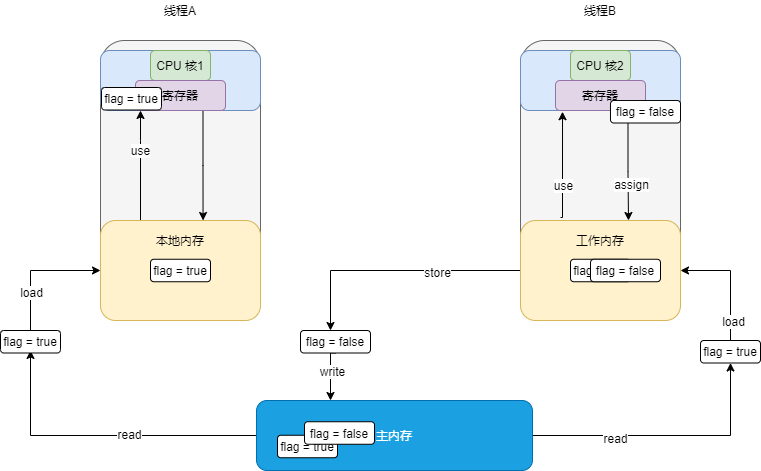
This is 多线程与高并发/JMM.png from LePeitiPrince/note-picture, a draw.io export, as it was before one commit. Source tidied: cells renumbered, new cells last; positions are measured from the earlier drawing's top-left corner, leaving out a move shared by most shapes.
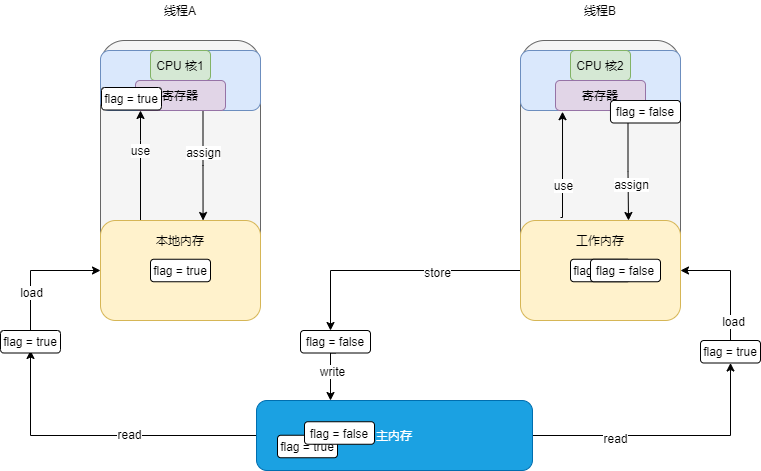
Above is the later version.

What changed in the source:
```diff
@@ -23,6 +23,9 @@
     <mxCell id="8" style="edgeStyle=orthogonalEdgeStyle;rounded=0;jettySize=auto;html=1;exitX=0.75;exitY=1;exitDx=0;exitDy=0;entryX=0.641;entryY=0;entryDx=0;entryDy=0;entryPerimeter=0;" parent="1" edge="1" source="9" target="12">
       <mxGeometry relative="1" as="geometry" />
     </mxCell>
+    <mxCell id="46" value="assign" style="edgeLabel;html=1;align=center;verticalAlign=middle;" parent="8" vertex="1">
+      <mxGeometry x="-0.26" relative="1" as="geometry" />
+    </mxCell>
     <mxCell id="9" value="寄存器" style="rounded=1;whiteSpace=wrap;html=1;fillColor=#e1d5e7;strokeColor=#9673a6;" parent="1" vertex="1">
       <mxGeometry x="135" y="80" width="90" height="30" as="geometry" />
     </mxCell>
```
